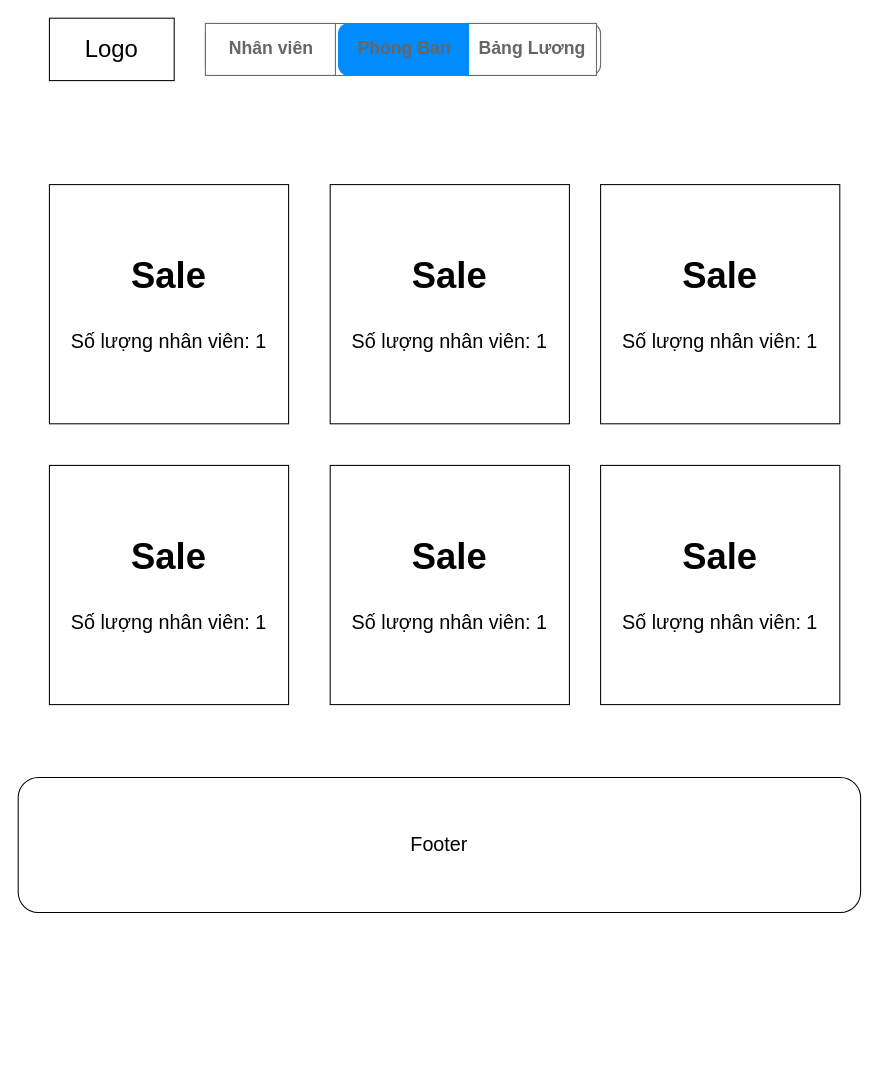
sonth38/FUNiXReactJSASM keeps this draw.io diagram as page "Phòng Ban" (3 of 4) of ASM2.drawio. Above is the earlier version. Source tidied: cells renumbered, new cells numbered last; positions are measured from the earlier drawing's top-left corner, leaving out a move shared by most shapes. Both pictures are drawn from the tidied source at 104%, with x=0, y=0 at pixel (18, 18).
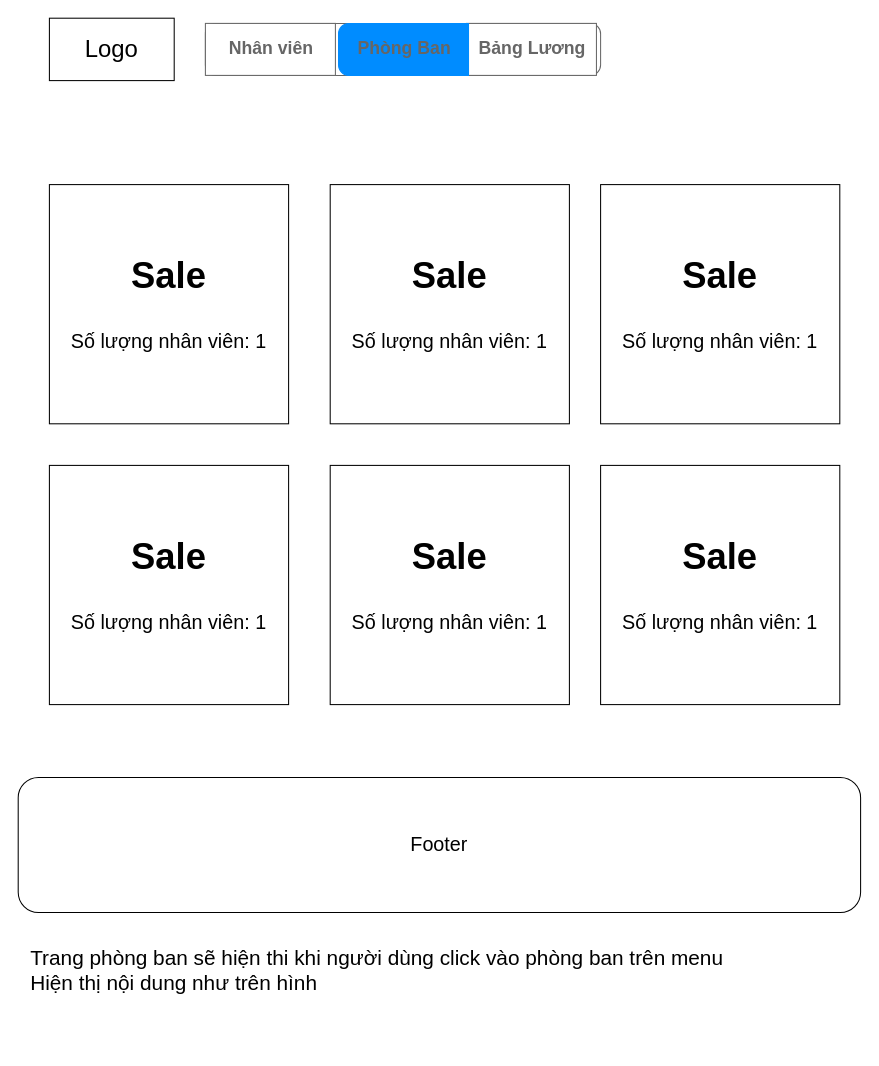
The same page after the edit.

What changed in the source:
```diff
@@
 <mxGraphModel>
   <root>
     <mxCell id="0" />
     <mxCell id="1" parent="0" />
     <mxCell id="2" style="strokeWidth=1;shadow=0;dashed=0;align=center;html=1;shape=mxgraph.mockup.rrect;rSize=10;fillColor=#ffffff;strokeColor=#666666;" parent="1" vertex="1">
       <mxGeometry x="180" y="5" width="380" height="50" as="geometry" />
     </mxCell>
     <mxCell id="3" value="Nhân viên" style="strokeColor=inherit;fillColor=inherit;gradientColor=inherit;strokeWidth=1;shadow=0;dashed=0;align=center;html=1;shape=mxgraph.mockup.rrect;rSize=0;fontSize=17;fontColor=#666666;fontStyle=1;" parent="2" vertex="1">
       <mxGeometry width="125" height="50" relative="1" as="geometry" />
     </mxCell>
     <mxCell id="4" value="Bảng Lương" style="strokeColor=inherit;fillColor=inherit;gradientColor=inherit;strokeWidth=1;shadow=0;dashed=0;align=center;html=1;shape=mxgraph.mockup.rrect;rSize=0;fontSize=17;fontColor=#666666;fontStyle=1;" parent="2" vertex="1">
       <mxGeometry width="125" height="50" relative="1" as="geometry">
         <mxPoint x="251" as="offset" />
       </mxGeometry>
     </mxCell>
     <mxCell id="5" value="&lt;span style=&quot;color: rgb(102 , 102 , 102)&quot;&gt;Phòng Ban&lt;/span&gt;" style="strokeWidth=1;shadow=0;dashed=0;align=center;html=1;shape=mxgraph.mockup.leftButton;rSize=10;fontSize=17;fontColor=#ffffff;fontStyle=1;fillColor=#008cff;strokeColor=#008cff;" parent="2" vertex="1">
       <mxGeometry width="125" height="50" relative="1" as="geometry">
         <mxPoint x="128" as="offset" />
       </mxGeometry>
     </mxCell>
     <mxCell id="6" value="&lt;font style=&quot;font-size: 23px&quot;&gt;Logo&lt;/font&gt;" style="rounded=0;whiteSpace=wrap;html=1;" parent="1" vertex="1">
       <mxGeometry x="30" width="120" height="60" as="geometry" />
     </mxCell>
     <mxCell id="7" value="&lt;font&gt;&lt;b&gt;&lt;font style=&quot;font-size: 35px&quot;&gt;Sale&lt;/font&gt;&lt;/b&gt;&lt;br&gt;&lt;br&gt;&lt;span style=&quot;font-size: 19px&quot;&gt;Số lượng nhân viên: 1&lt;/span&gt;&lt;br&gt;&lt;/font&gt;" style="whiteSpace=wrap;html=1;fontSize=23;" parent="1" vertex="1">
       <mxGeometry x="30" y="160" width="230" height="230" as="geometry" />
     </mxCell>
     <mxCell id="8" value="Footer" style="rounded=1;whiteSpace=wrap;html=1;fontSize=19;" parent="1" vertex="1">
       <mxGeometry y="730" width="810" height="130" as="geometry" />
     </mxCell>
     <mxCell id="9" value="&lt;font&gt;&lt;b&gt;&lt;font style=&quot;font-size: 35px&quot;&gt;Sale&lt;/font&gt;&lt;/b&gt;&lt;br&gt;&lt;br&gt;&lt;span style=&quot;font-size: 19px&quot;&gt;Số lượng nhân viên: 1&lt;/span&gt;&lt;br&gt;&lt;/font&gt;" style="whiteSpace=wrap;html=1;fontSize=23;" parent="1" vertex="1">
       <mxGeometry x="300" y="160" width="230" height="230" as="geometry" />
     </mxCell>
     <mxCell id="10" value="&lt;font&gt;&lt;b&gt;&lt;font style=&quot;font-size: 35px&quot;&gt;Sale&lt;/font&gt;&lt;/b&gt;&lt;br&gt;&lt;br&gt;&lt;span style=&quot;font-size: 19px&quot;&gt;Số lượng nhân viên: 1&lt;/span&gt;&lt;br&gt;&lt;/font&gt;" style="whiteSpace=wrap;html=1;fontSize=23;" parent="1" vertex="1">
       <mxGeometry x="560" y="160" width="230" height="230" as="geometry" />
     </mxCell>
     <mxCell id="11" value="&lt;font&gt;&lt;b&gt;&lt;font style=&quot;font-size: 35px&quot;&gt;Sale&lt;/font&gt;&lt;/b&gt;&lt;br&gt;&lt;br&gt;&lt;span style=&quot;font-size: 19px&quot;&gt;Số lượng nhân viên: 1&lt;/span&gt;&lt;br&gt;&lt;/font&gt;" style="whiteSpace=wrap;html=1;fontSize=23;" parent="1" vertex="1">
       <mxGeometry x="30" y="430" width="230" height="230" as="geometry" />
     </mxCell>
     <mxCell id="12" value="&lt;font&gt;&lt;b&gt;&lt;font style=&quot;font-size: 35px&quot;&gt;Sale&lt;/font&gt;&lt;/b&gt;&lt;br&gt;&lt;br&gt;&lt;span style=&quot;font-size: 19px&quot;&gt;Số lượng nhân viên: 1&lt;/span&gt;&lt;br&gt;&lt;/font&gt;" style="whiteSpace=wrap;html=1;fontSize=23;" parent="1" vertex="1">
       <mxGeometry x="300" y="430" width="230" height="230" as="geometry" />
     </mxCell>
     <mxCell id="13" value="&lt;font&gt;&lt;b&gt;&lt;font style=&quot;font-size: 35px&quot;&gt;Sale&lt;/font&gt;&lt;/b&gt;&lt;br&gt;&lt;br&gt;&lt;span style=&quot;font-size: 19px&quot;&gt;Số lượng nhân viên: 1&lt;/span&gt;&lt;br&gt;&lt;/font&gt;" style="whiteSpace=wrap;html=1;fontSize=23;" parent="1" vertex="1">
       <mxGeometry x="560" y="430" width="230" height="230" as="geometry" />
     </mxCell>
+    <mxCell id="14" value="&lt;font style=&quot;font-size: 20px&quot;&gt;Trang phòng ban sẽ hiện thi khi người dùng click vào phòng ban trên menu&lt;br&gt;Hiện thị nội dung như trên hình&lt;br&gt;&lt;/font&gt;" style="text;spacingTop=-5;whiteSpace=wrap;html=1;align=left;fontSize=12;fontFamily=Helvetica;fillColor=none;strokeColor=none;" parent="1" vertex="1">
+      <mxGeometry x="10" y="890" width="780" height="100" as="geometry" />
+    </mxCell>
   </root>
 </mxGraphModel>
```
